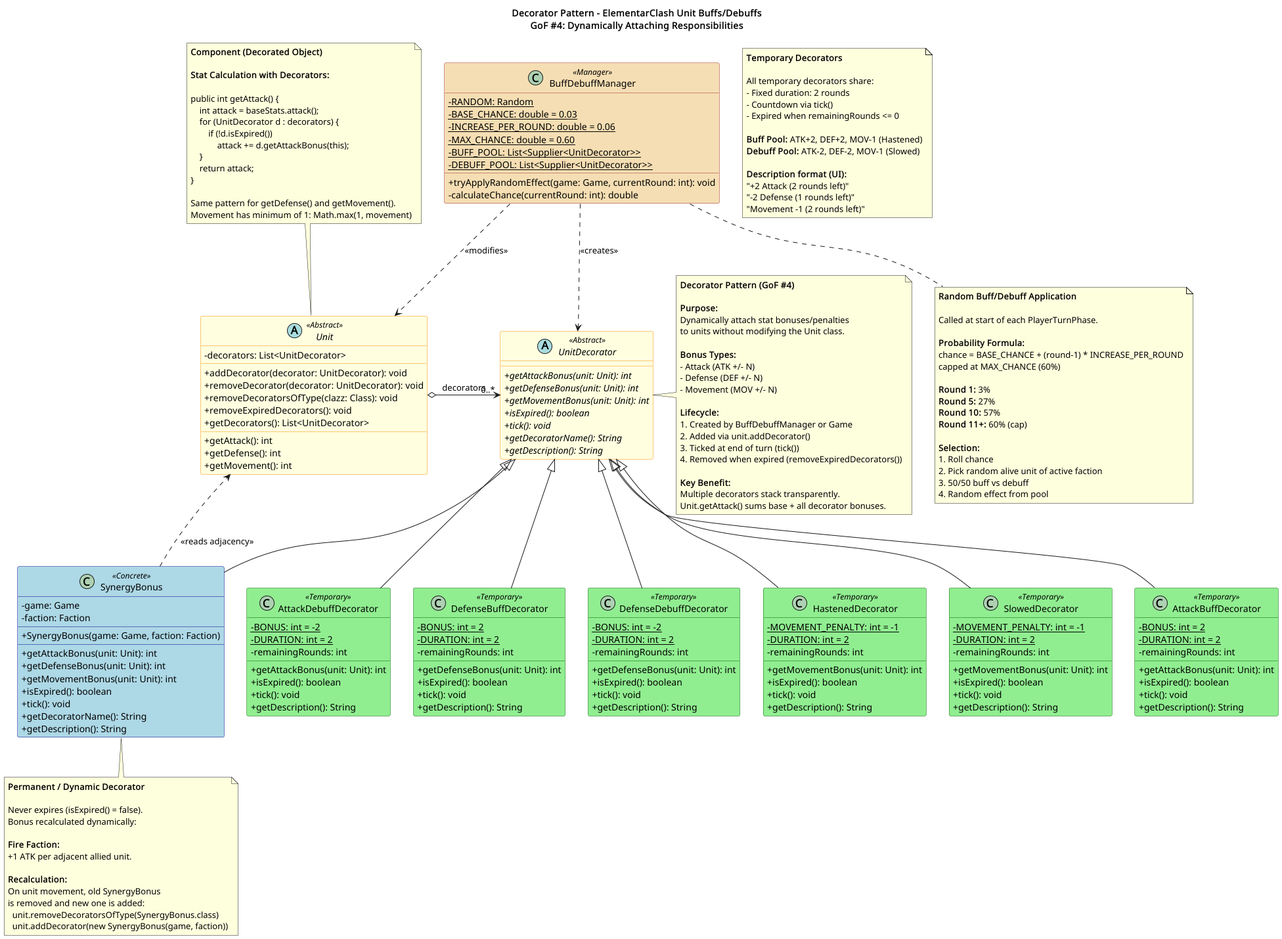
mmukex/elementarClash keeps this PlantUML diagram as docs/LaTeX/images/Decorator_Pattern___ElementarClash-Decorator_Pattern___ElementarClash_Unit_Buffs_Debuffs__GoF__4__Dynamically_Attaching_Responsibilities.png. Above is the earlier version.
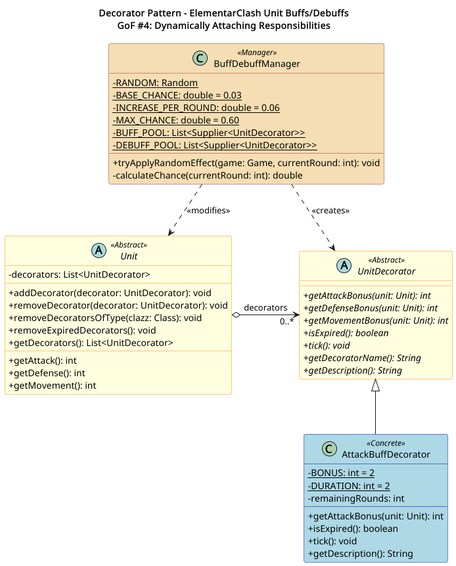
The same file after the commit.

Change to the diagram source:
```diff
@@ -1,7 +1,6 @@
 @startuml Decorator Pattern - ElementarClash
 
 !define ABSTRACT_CLASS abstract class
-!define INTERFACE interface
 
 skinparam classAttributeIconSize 0
 skinparam shadowing false
@@ -10,8 +9,6 @@
     BorderColor<<Abstract>> DarkOrange
     BackgroundColor<<Concrete>> LightBlue
     BorderColor<<Concrete>> DarkBlue
-    BackgroundColor<<Temporary>> LightGreen
-    BorderColor<<Temporary>> DarkGreen
     BackgroundColor<<Manager>> Wheat
     BorderColor<<Manager>> Brown
 }
@@ -28,18 +25,14 @@
     + {abstract} getDescription(): String
 }
 
-class SynergyBonus <<Concrete>> {
-    - game: Game
-    - faction: Faction
-    __
-    + SynergyBonus(game: Game, faction: Faction)
+class AttackBuffDecorator <<Concrete>> {
+    - {static} BONUS: int = 2
+    - {static} DURATION: int = 2
+    - remainingRounds: int
     __
     + getAttackBonus(unit: Unit): int
-    + getDefenseBonus(unit: Unit): int
-    + getMovementBonus(unit: Unit): int
     + isExpired(): boolean
     + tick(): void
-    + getDecoratorName(): String
     + getDescription(): String
 }
 
@@ -53,72 +46,6 @@
     __
     + tryApplyRandomEffect(game: Game, currentRound: int): void
     - calculateChance(currentRound: int): double
-}
-
-class AttackBuffDecorator <<Temporary>> {
-    - {static} BONUS: int = 2
-    - {static} DURATION: int = 2
-    - remainingRounds: int
-    __
-    + getAttackBonus(unit: Unit): int
-    + isExpired(): boolean
-    + tick(): void
-    + getDescription(): String
-}
-
-class AttackDebuffDecorator <<Temporary>> {
-    - {static} BONUS: int = -2
-    - {static} DURATION: int = 2
-    - remainingRounds: int
-    __
-    + getAttackBonus(unit: Unit): int
-    + isExpired(): boolean
-    + tick(): void
-    + getDescription(): String
-}
-
-class DefenseBuffDecorator <<Temporary>> {
-    - {static} BONUS: int = 2
-    - {static} DURATION: int = 2
-    - remainingRounds: int
-    __
-    + getDefenseBonus(unit: Unit): int
-    + isExpired(): boolean
-    + tick(): void
-    + getDescription(): String
-}
-
-class DefenseDebuffDecorator <<Temporary>> {
-    - {static} BONUS: int = -2
-    - {static} DURATION: int = 2
-    - remainingRounds: int
-    __
-    + getDefenseBonus(unit: Unit): int
-    + isExpired(): boolean
-    + tick(): void
-    + getDescription(): String
-}
-
-class HastenedDecorator <<Temporary>> {
-    - {static} MOVEMENT_PENALTY: int = -1
-    - {static} DURATION: int = 2
-    - remainingRounds: int
-    __
-    + getMovementBonus(unit: Unit): int
-    + isExpired(): boolean
-    + tick(): void
-    + getDescription(): String
-}
-
-class SlowedDecorator <<Temporary>> {
-    - {static} MOVEMENT_PENALTY: int = -1
-    - {static} DURATION: int = 2
-    - remainingRounds: int
-    __
-    + getMovementBonus(unit: Unit): int
-    + isExpired(): boolean
-    + tick(): void
-    + getDescription(): String
 }
 
 ABSTRACT_CLASS Unit <<Abstract>> {
@@ -135,112 +62,10 @@
     + getMovement(): int
 }
 
-UnitDecorator <|-- SynergyBonus
 UnitDecorator <|-- AttackBuffDecorator
-UnitDecorator <|-- AttackDebuffDecorator
-UnitDecorator <|-- DefenseBuffDecorator
-UnitDecorator <|-- DefenseDebuffDecorator
-UnitDecorator <|-- HastenedDecorator
-UnitDecorator <|-- SlowedDecorator
 
 Unit o-right-> "0..*" UnitDecorator : decorators
 BuffDebuffManager ..> UnitDecorator : <<creates>>
 BuffDebuffManager ..> Unit : <<modifies>>
-SynergyBonus ..> Unit : <<reads adjacency>>
-
-note right of UnitDecorator
-  **Decorator Pattern (GoF #4)**
-
-  **Purpose:**
-  Dynamically attach stat bonuses/penalties
-  to units without modifying the Unit class.
-
-  **Bonus Types:**
-  - Attack (ATK +/- N)
-  - Defense (DEF +/- N)
-  - Movement (MOV +/- N)
-
-  **Lifecycle:**
-  1. Created by BuffDebuffManager or Game
-  2. Added via unit.addDecorator()
-  3. Ticked at end of turn (tick())
-  4. Removed when expired (removeExpiredDecorators())
-
-  **Key Benefit:**
-  Multiple decorators stack transparently.
-  Unit.getAttack() sums base + all decorator bonuses.
-end note
-
-note bottom of SynergyBonus
-  **Permanent / Dynamic Decorator**
-
-  Never expires (isExpired() = false).
-  Bonus recalculated dynamically:
-
-  **Fire Faction:**
-  +1 ATK per adjacent allied unit.
-
-  **Recalculation:**
-  On unit movement, old SynergyBonus
-  is removed and new one is added:
-    unit.removeDecoratorsOfType(SynergyBonus.class)
-    unit.addDecorator(new SynergyBonus(game, faction))
-end note
-
-note bottom of BuffDebuffManager
-  **Random Buff/Debuff Application**
-
-  Called at start of each PlayerTurnPhase.
-
-  **Probability Formula:**
-  chance = BASE_CHANCE + (round-1) * INCREASE_PER_ROUND
-  capped at MAX_CHANCE (60%)
-
-  **Round 1:** 3%
-  **Round 5:** 27%
-  **Round 10:** 57%
-  **Round 11+:** 60% (cap)
-
-  **Selection:**
-  1. Roll chance
-  2. Pick random alive unit of active faction
-  3. 50/50 buff vs debuff
-  4. Random effect from pool
-end note
-
-note top of Unit
-  **Component (Decorated Object)**
-
-  **Stat Calculation with Decorators:**
-
-  public int getAttack() {
-      int attack = baseStats.attack();
-      for (UnitDecorator d : decorators) {
-          if (!d.isExpired())
-              attack += d.getAttackBonus(this);
-      }
-      return attack;
-  }
-
-  Same pattern for getDefense() and getMovement().
-  Movement has minimum of 1: Math.max(1, movement)
-end note
-
-note as TemporaryNote
-  **Temporary Decorators**
-
-  All temporary decorators share:
-  - Fixed duration: 2 rounds
-  - Countdown via tick()
-  - Expired when remainingRounds <= 0
-
-  **Buff Pool:** ATK+2, DEF+2, MOV-1 (Hastened)
-  **Debuff Pool:** ATK-2, DEF-2, MOV-1 (Slowed)
-
-  **Description format (UI):**
-  "+2 Attack (2 rounds left)"
-  "-2 Defense (1 rounds left)"
-  "Movement -1 (2 rounds left)"
-end note
 
 @enduml
```
